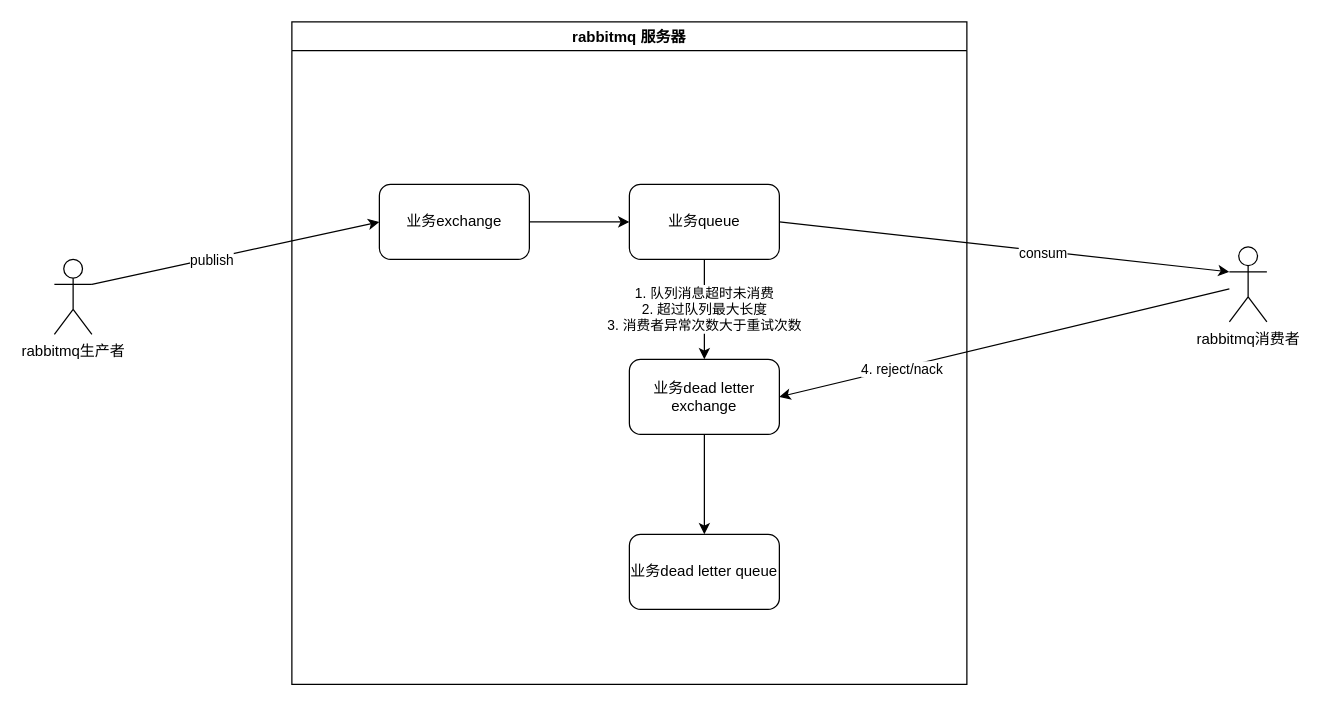
GitHubsteven/draw-io keeps this draw.io diagram as 未命名绘图.drawio. Above is the earlier version. Source tidied: cells renumbered, new cells numbered last; positions are measured from the earlier drawing's top-left corner, leaving out a move shared by most shapes. Both pictures are drawn from the tidied source at 125%, with x=0, y=0 at pixel (54, 21).
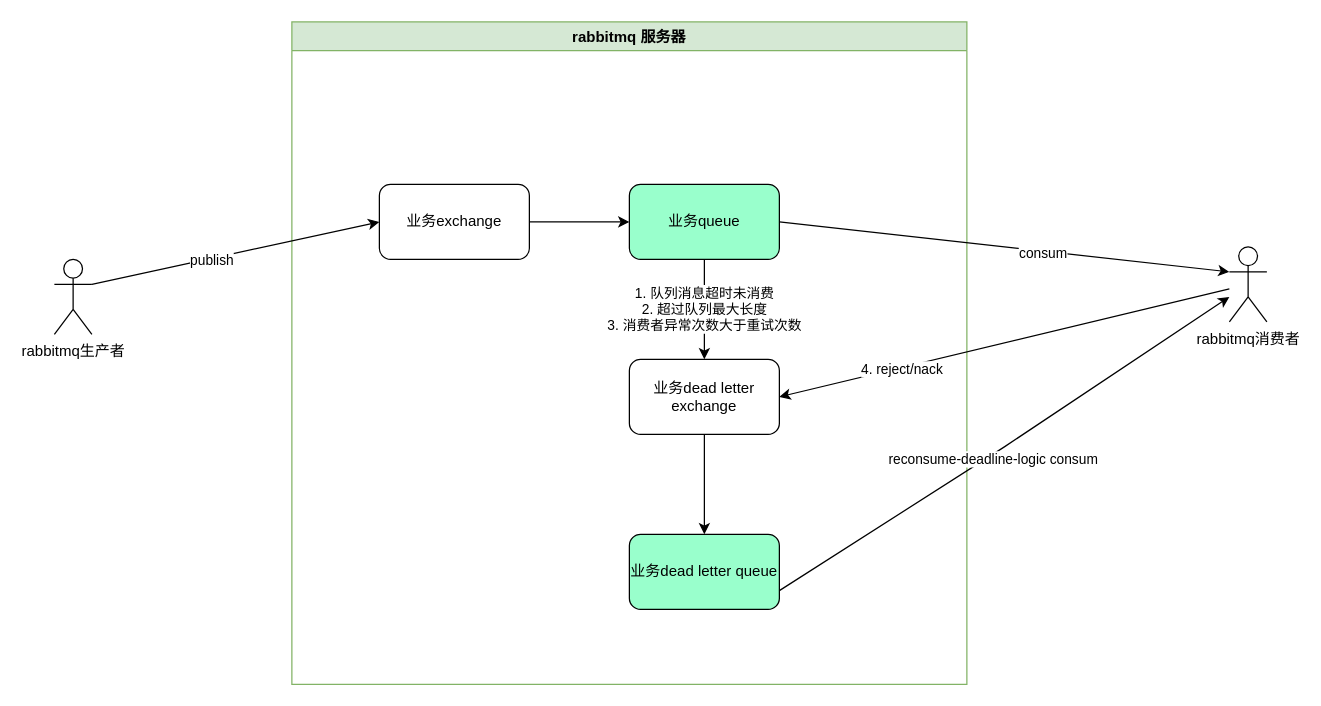
After the change.

Commit message:
更新未命名绘图.drawio

What changed in the source:
```diff
@@
-    <mxCell id="2" value="rabbitmq 服务器" style="swimlane;" parent="1" vertex="1">
+    <mxCell id="2" value="rabbitmq 服务器" style="swimlane;fillColor=#d5e8d4;strokeColor=#82b366;" parent="1" vertex="1">
       <mxGeometry x="190" width="540" height="530" as="geometry" />
     </mxCell>
@@
-    <mxCell id="6" value="业务queue" style="whiteSpace=wrap;html=1;rounded=1;" parent="2" vertex="1">
+    <mxCell id="6" value="业务queue" style="whiteSpace=wrap;html=1;rounded=1;fillColor=#99FFCC;" parent="2" vertex="1">
       <mxGeometry x="270" y="130" width="120" height="60" as="geometry" />
     </mxCell>
@@
-    <mxCell id="9" value="业务dead letter queue" style="whiteSpace=wrap;html=1;rounded=1;" parent="2" vertex="1">
+    <mxCell id="9" value="业务dead letter queue" style="whiteSpace=wrap;html=1;rounded=1;fillColor=#99FFCC;" parent="2" vertex="1">
       <mxGeometry x="270" y="410" width="120" height="60" as="geometry" />
     </mxCell>
@@
+    <mxCell id="18" style="endArrow=classic;html=1;rounded=0;exitX=1;exitY=0.75;exitDx=0;exitDy=0;" parent="1" edge="1" source="9">
+      <mxGeometry relative="1" as="geometry">
+        <mxPoint x="940" y="220" as="targetPoint" />
+        <Array as="points">
+          <mxPoint x="760" y="340" />
+        </Array>
+      </mxGeometry>
+    </mxCell>
+    <mxCell id="19" value="reconsume-deadline-logic consum" style="edgeLabel;html=1;align=center;verticalAlign=middle;" parent="18" vertex="1">
+      <mxGeometry x="-0.07" y="-3" relative="1" as="geometry" />
+    </mxCell>
```
